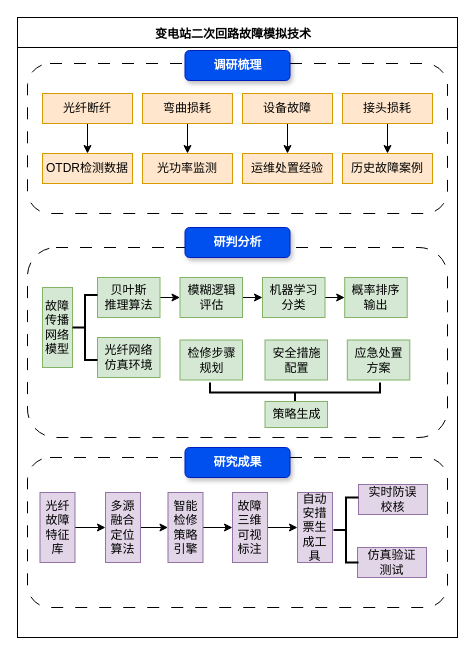
Above: 技术路线框图2.drawio in ofjosfre/drawio-backup (draw.io), before the change. Source tidied: cells renumbered, new cells numbered last; positions are measured from the earlier drawing's top-left corner, leaving out a move shared by most shapes. Both pictures are drawn from the tidied source at 100%, with x=0, y=0 at pixel (-73, 20).
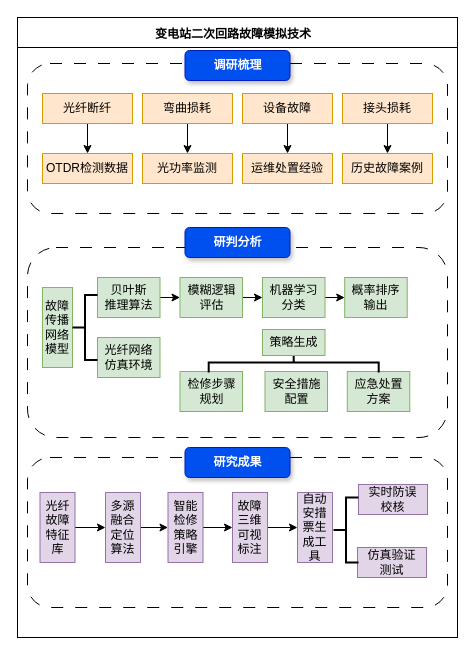
Above is the later version.

Commit message:
更新技术路线框图2.drawio

Diff of the diagram source:
```diff
@@
     <mxCell id="31" value="&lt;div&gt;检修步骤&lt;/div&gt;&lt;div&gt;规划&lt;/div&gt;" style="rounded=0;whiteSpace=wrap;html=1;fillColor=#d5e8d4;strokeColor=#82b366;" parent="1" vertex="1">
-      <mxGeometry x="252.5" y="319.5" width="62.5" height="40" as="geometry" />
+      <mxGeometry x="252.5" y="351" width="62.5" height="40" as="geometry" />
     </mxCell>
     <mxCell id="32" value="&lt;div&gt;安全措施&lt;/div&gt;&lt;div&gt;配置&lt;/div&gt;" style="rounded=0;whiteSpace=wrap;html=1;fillColor=#d5e8d4;strokeColor=#82b366;" parent="1" vertex="1">
-      <mxGeometry x="337.5" y="319.5" width="62.5" height="40" as="geometry" />
+      <mxGeometry x="337.5" y="351" width="62.5" height="40" as="geometry" />
     </mxCell>
     <mxCell id="33" value="&lt;div&gt;应急处置&lt;/div&gt;&lt;div&gt;方案&lt;/div&gt;" style="rounded=0;whiteSpace=wrap;html=1;fillColor=#d5e8d4;strokeColor=#82b366;" parent="1" vertex="1">
-      <mxGeometry x="419.8" y="319.5" width="62.5" height="40" as="geometry" />
+      <mxGeometry x="419.8" y="351" width="62.5" height="40" as="geometry" />
     </mxCell>
-    <mxCell id="34" style="strokeWidth=2;html=1;shape=mxgraph.flowchart.annotation_2;align=left;labelPosition=right;rotation=-90;" parent="1" vertex="1">
-      <mxGeometry x="357.5" y="287" width="20" height="170" as="geometry" />
+    <mxCell id="34" style="strokeWidth=2;html=1;shape=mxgraph.flowchart.annotation_2;align=left;labelPosition=right;rotation=90;" parent="1" vertex="1">
+      <mxGeometry x="356.2" y="257" width="20" height="170" as="geometry" />
     </mxCell>
     <mxCell id="35" value="策略生成" style="rounded=0;whiteSpace=wrap;html=1;fillColor=#d5e8d4;strokeColor=#82b366;" parent="1" vertex="1">
-      <mxGeometry x="337.5" y="381" width="62.5" height="26" as="geometry" />
+      <mxGeometry x="335" y="309" width="62.5" height="26" as="geometry" />
     </mxCell>
```
